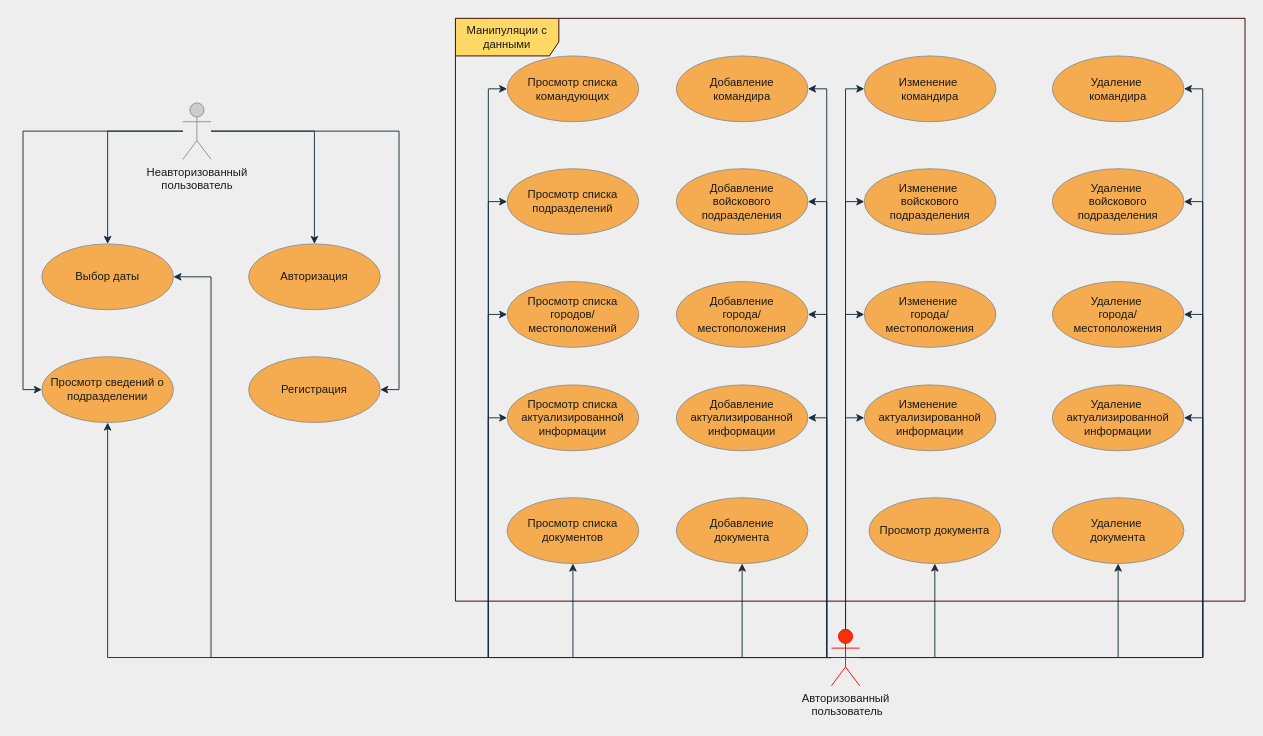
This is Диплом/Листы/Use case Diagram.drawio from alex309706/Map-of-movement-of-military-units-during-the-Second-World-War--Diploma-, a draw.io file, before an edit. Source tidied: cells renumbered, new cells numbered last; positions are measured from the earlier drawing's top-left corner, leaving out a move shared by most shapes. Both pictures are drawn from the tidied source at 94%, with x=0, y=0 at pixel (41, 18).
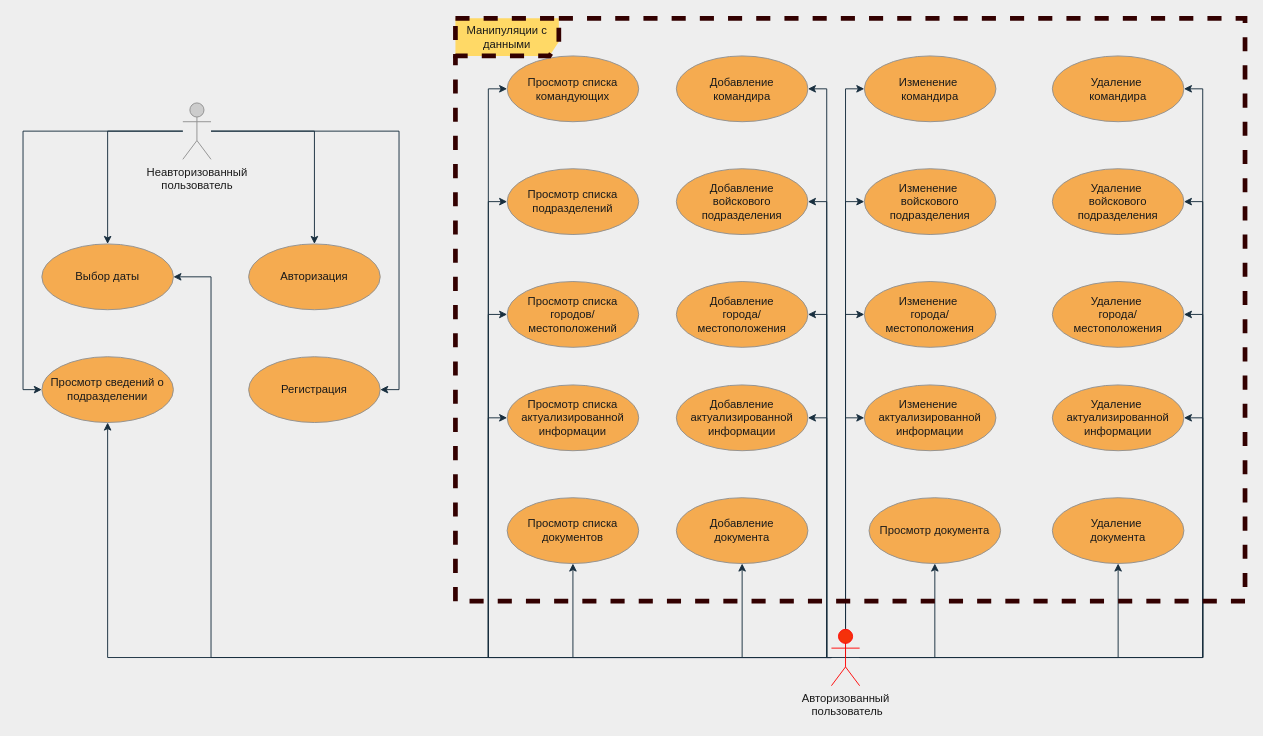
Above is the later version.

What changed in the source:
```diff
@@
-    <mxCell id="61" value="Манипуляции с данными" style="shape=umlFrame;whiteSpace=wrap;html=1;rounded=0;sketch=0;fontColor=#1A1A1A;width=110;height=40;fillColor=#FFD966;strokeColor=#330000;" parent="1" vertex="1">
+    <mxCell id="61" value="Манипуляции с данными" style="shape=umlFrame;whiteSpace=wrap;html=1;rounded=0;sketch=0;fontColor=#1A1A1A;width=110;height=40;fillColor=#FFD966;strokeColor=#330000;dashed=1;strokeWidth=5;perimeterSpacing=10;" parent="1" vertex="1">
       <mxGeometry x="440" width="840" height="620" as="geometry" />
     </mxCell>
```
